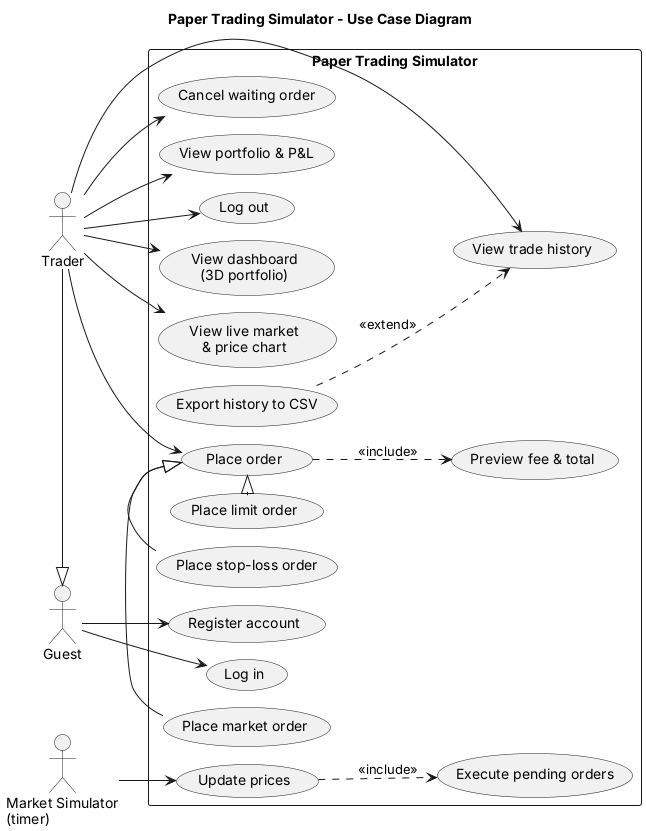
Before: docs/uml/use-case-diagram.png, a diagram exported from PlantUML (Aarav471471/Finance-paper-trading-simulator). Source of this version:
```plantuml
@startuml use-case-diagram
!pragma layout smetana
title Paper Trading Simulator - Use Case Diagram
left to right direction
skinparam shadowing false
actor Trader
actor "Guest" as Guest
actor "Market Simulator\n(timer)" as Clock

rectangle "Paper Trading Simulator" {
  usecase "Register account" as UC1
  usecase "Log in" as UC2
  usecase "Log out" as UC3
  usecase "View dashboard\n(3D portfolio)" as UC4
  usecase "View live market\n& price chart" as UC5
  usecase "Place order" as UC6
  usecase "Place market order" as UC6a
  usecase "Place limit order" as UC6b
  usecase "Place stop-loss order" as UC6c
  usecase "Preview fee & total" as UC7
  usecase "Cancel waiting order" as UC8
  usecase "View portfolio & P&L" as UC9
  usecase "View trade history" as UC10
  usecase "Export history to CSV" as UC11
  usecase "Update prices" as UC12
  usecase "Execute pending orders" as UC13
}

Guest --> UC1
Guest --> UC2
Trader --> UC3
Trader --> UC4
Trader --> UC5
Trader --> UC6
Trader --> UC8
Trader --> UC9
Trader --> UC10
Clock --> UC12

UC6a -|> UC6
UC6b -|> UC6
UC6c -|> UC6
UC6 ..> UC7 : <<include>>
UC11 ..> UC10 : <<extend>>
UC12 ..> UC13 : <<include>>
Trader -|> Guest
@enduml
```
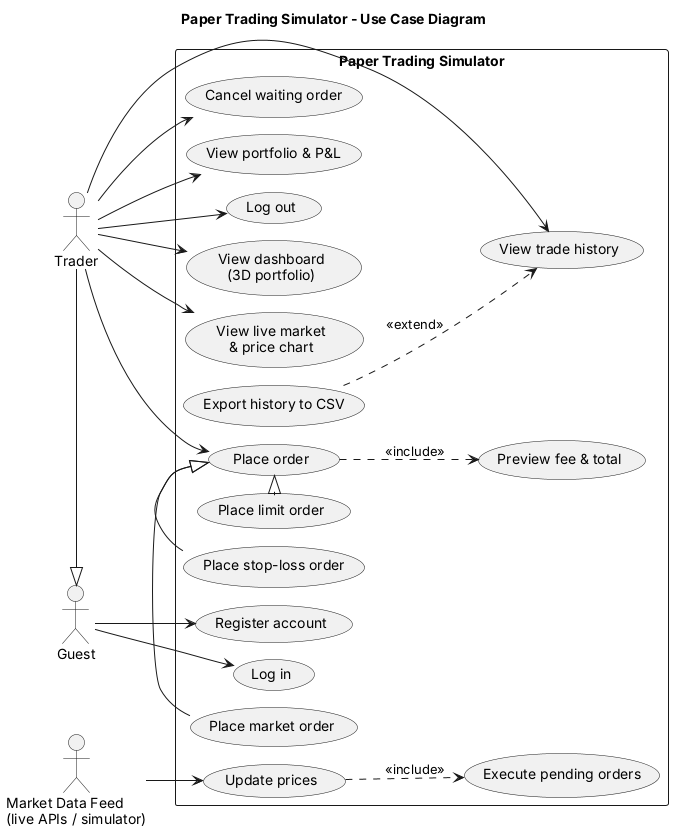
The same file after the commit.

Commit message:
Spiral loop 5: update SRS, UML and docs for real market data

Change to the diagram source:
```diff
@@ -5,7 +5,7 @@
 skinparam shadowing false
 actor Trader
 actor "Guest" as Guest
-actor "Market Simulator\n(timer)" as Clock
+actor "Market Data Feed\n(live APIs / simulator)" as Clock
 
 rectangle "Paper Trading Simulator" {
   usecase "Register account" as UC1
```
